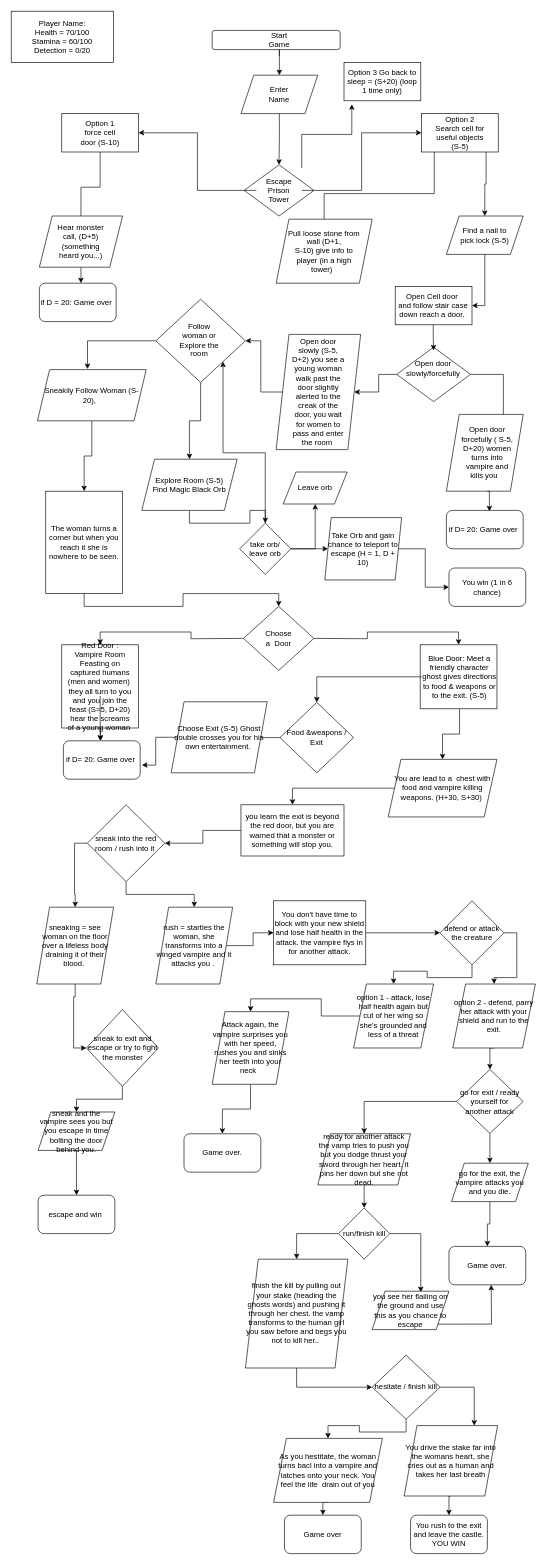
The draw.io diagram 1 - Fantastic F4.drawio in Fantastic-f4/Adventure_Game, before the edit. Source tidied: cells renumbered, new cells numbered last; positions are measured from the earlier drawing's top-left corner, leaving out a move shared by most shapes. Both pictures are drawn from the tidied source at 64%, with x=0, y=0 at pixel (11, 11).
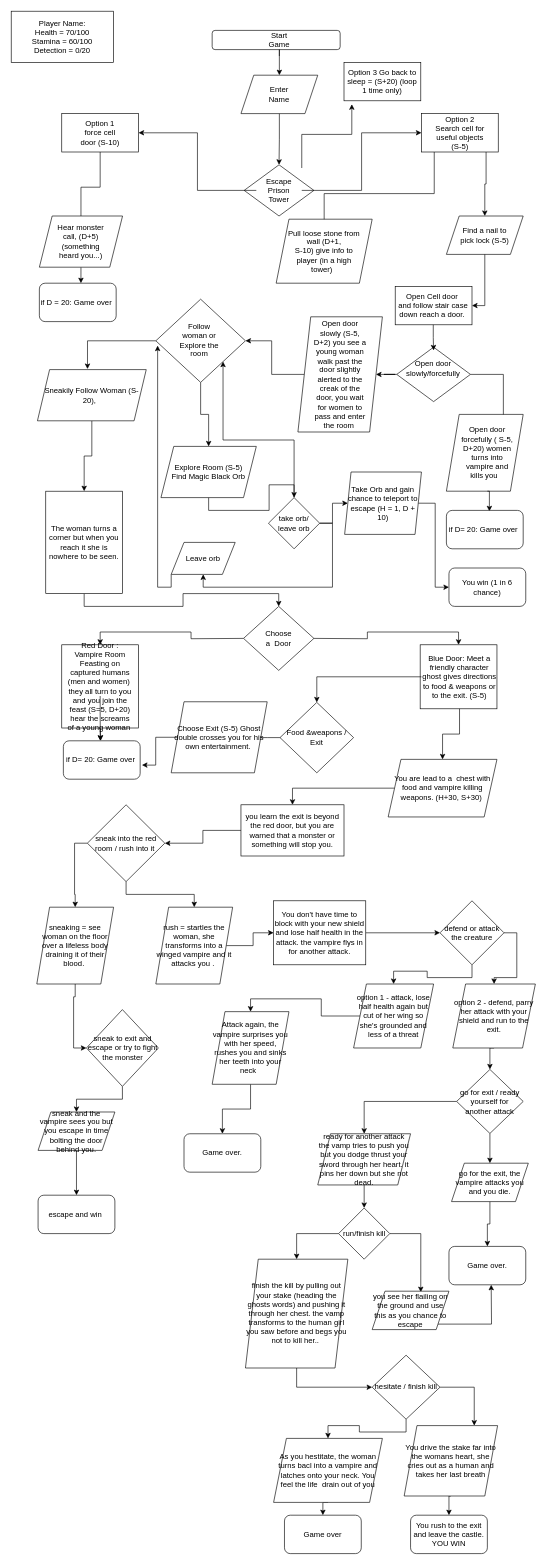
The same diagram, later.

Unchanged cells that the change refers to:
```xml
<mxCell id="64" style="rhombus;whiteSpace=wrap;html=1;" parent="1" vertex="1">
  <mxGeometry x="226" y="450" width="140" height="130" as="geometry" />
</mxCell>
```

Diff of the diagram source:
```diff
@@
     <mxCell id="60" style="shape=parallelogram;perimeter=parallelogramPerimeter;whiteSpace=wrap;html=1;fixedSize=1;" parent="1" vertex="1">
-      <mxGeometry x="414" y="505" width="132" height="180" as="geometry" />
+      <mxGeometry x="448" y="477.5" width="132" height="180" as="geometry" />
     </mxCell>
     <mxCell id="61" value="Open door slowly (S-5, D+2) you see a young woman walk past the door slightly alerted to the creak of the door, you wait for women to pass and enter the room&amp;nbsp;" style="text;html=1;strokeColor=none;fillColor=none;align=center;verticalAlign=middle;whiteSpace=wrap;rounded=0;" parent="1" vertex="1">
-      <mxGeometry x="435" y="535" width="90" height="120" as="geometry" />
+      <mxGeometry x="469" y="507.5" width="90" height="120" as="geometry" />
     </mxCell>
@@
     <mxCell id="69" value="Explore Room (S-5)&lt;br&gt;Find Magic Black Orb" style="shape=parallelogram;perimeter=parallelogramPerimeter;whiteSpace=wrap;html=1;fixedSize=1;" parent="1" vertex="1">
-      <mxGeometry x="204" y="700" width="149" height="80" as="geometry" />
+      <mxGeometry x="234" y="680" width="149" height="80" as="geometry" />
     </mxCell>
@@
     <mxCell id="73" value="take orb/ leave orb" style="rhombus;whiteSpace=wrap;html=1;" parent="1" vertex="1">
-      <mxGeometry x="357" y="800" width="80" height="80" as="geometry" />
+      <mxGeometry x="402" y="760" width="80" height="80" as="geometry" />
     </mxCell>
@@
     <mxCell id="75" value="Take Orb and gain chance to teleport to escape (H = 1, D + 10)" style="shape=parallelogram;perimeter=parallelogramPerimeter;whiteSpace=wrap;html=1;fixedSize=1;size=10;" parent="1" vertex="1">
-      <mxGeometry x="490" y="791.2" width="120" height="97.5" as="geometry" />
+      <mxGeometry x="521" y="720" width="120" height="97.5" as="geometry" />
     </mxCell>
+    <mxCell id="138" style="edgeStyle=orthogonalEdgeStyle;rounded=0;jettySize=auto;html=1;exitX=0;exitY=1;exitDx=0;exitDy=0;entryX=0.02;entryY=0.558;entryDx=0;entryDy=0;entryPerimeter=0;" parent="1" edge="1" source="76" target="64">
+      <mxGeometry relative="1" as="geometry" />
+    </mxCell>
     <mxCell id="76" value="Leave orb" style="shape=parallelogram;perimeter=parallelogramPerimeter;whiteSpace=wrap;html=1;fixedSize=1;" parent="1" vertex="1">
-      <mxGeometry x="425" y="720" width="100" height="50" as="geometry" />
+      <mxGeometry x="250" y="830" width="100" height="50" as="geometry" />
     </mxCell>
```
